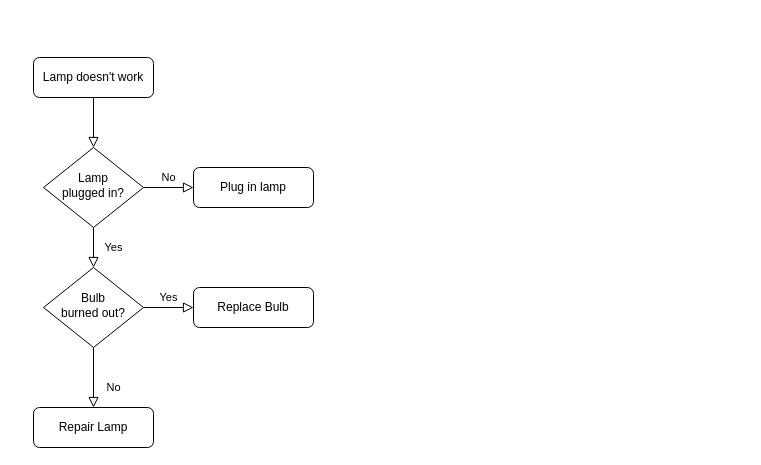
This is Untitled Diagram.drawio from erickweyunga/test, a draw.io file, before an edit. Source tidied: cells renumbered, new cells numbered last; positions are measured from the earlier drawing's top-left corner, leaving out a move shared by most shapes. Both pictures are drawn from the tidied source at 100%, with x=0, y=0 at pixel (33, 57).
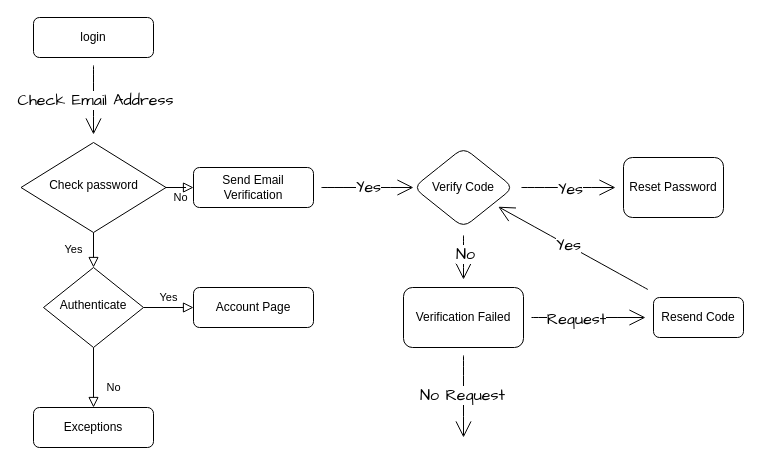
The same diagram, later.

Diff of the diagram source:
```diff
@@
-    <mxCell id="2" style="rounded=0;html=1;jettySize=auto;fontSize=11;endArrow=block;endFill=0;endSize=8;strokeWidth=1;shadow=0;labelBackgroundColor=none;edgeStyle=orthogonalEdgeStyle;" parent="1" edge="1" source="3" target="6">
+    <mxCell id="2" style="edgeStyle=none;curved=1;rounded=0;jettySize=auto;html=1;fontFamily=Architects Daughter;fontSize=16;startSize=14;endArrow=open;endSize=14;sourcePerimeterSpacing=8;targetPerimeterSpacing=8;" parent="1" edge="1" source="3" target="6">
       <mxGeometry relative="1" as="geometry" />
     </mxCell>
+    <mxCell id="13" value="Check Email Address" style="edgeLabel;html=1;align=center;verticalAlign=middle;fontSize=16;fontFamily=Architects Daughter;" parent="2" vertex="1">
+      <mxGeometry x="-0.01" y="1" relative="1" as="geometry" />
+    </mxCell>
-    <mxCell id="3" value="Lamp doesn't work" style="rounded=1;whiteSpace=wrap;html=1;fontSize=12;glass=0;strokeWidth=1;shadow=0;" parent="1" vertex="1">
-      <mxGeometry width="120" height="40" as="geometry" />
+    <mxCell id="3" value="login" style="rounded=1;whiteSpace=wrap;html=1;fontSize=12;glass=0;strokeWidth=1;shadow=0;" parent="1" vertex="1">
+      <mxGeometry y="-40" width="120" height="40" as="geometry" />
     </mxCell>
@@
-    <mxCell id="6" value="Lamp&lt;br&gt;plugged in?" style="rhombus;whiteSpace=wrap;html=1;shadow=0;fontFamily=Helvetica;fontSize=12;align=center;strokeWidth=1;spacing=6;spacingTop=-4;" parent="1" vertex="1">
-      <mxGeometry x="10" y="90" width="100" height="80" as="geometry" />
+    <mxCell id="6" value="Check password" style="rhombus;whiteSpace=wrap;html=1;shadow=0;fontFamily=Helvetica;fontSize=12;align=center;strokeWidth=1;spacing=6;spacingTop=-4;" parent="1" vertex="1">
+      <mxGeometry x="-12.5" y="85" width="145" height="90" as="geometry" />
     </mxCell>
+    <mxCell id="14" style="edgeStyle=none;curved=1;rounded=0;jettySize=auto;html=1;fontFamily=Architects Daughter;fontSize=16;startSize=14;endArrow=open;endSize=14;sourcePerimeterSpacing=8;targetPerimeterSpacing=8;entryX=0;entryY=0.5;entryDx=0;entryDy=0;" parent="1" edge="1" source="7" target="20">
+      <mxGeometry relative="1" as="geometry" />
+    </mxCell>
+    <mxCell id="15" value="Yes" style="edgeLabel;html=1;align=center;verticalAlign=middle;fontSize=16;fontFamily=Architects Daughter;" parent="14" vertex="1">
+      <mxGeometry y="1" relative="1" as="geometry" />
+    </mxCell>
-    <mxCell id="7" value="Plug in lamp" style="rounded=1;whiteSpace=wrap;html=1;fontSize=12;glass=0;strokeWidth=1;shadow=0;" parent="1" vertex="1">
+    <mxCell id="7" value="Send Email Verification" style="rounded=1;whiteSpace=wrap;html=1;fontSize=12;glass=0;strokeWidth=1;shadow=0;" parent="1" vertex="1">
       <mxGeometry x="160" y="110" width="120" height="40" as="geometry" />
     </mxCell>
@@
-    <mxCell id="10" value="Bulb&lt;br&gt;burned out?" style="rhombus;whiteSpace=wrap;html=1;shadow=0;fontFamily=Helvetica;fontSize=12;align=center;strokeWidth=1;spacing=6;spacingTop=-4;" parent="1" vertex="1">
+    <mxCell id="10" value="Authenticate" style="rhombus;whiteSpace=wrap;html=1;shadow=0;fontFamily=Helvetica;fontSize=12;align=center;strokeWidth=1;spacing=6;spacingTop=-4;" parent="1" vertex="1">
       <mxGeometry x="10" y="210" width="100" height="80" as="geometry" />
     </mxCell>
-    <mxCell id="11" value="Repair Lamp" style="rounded=1;whiteSpace=wrap;html=1;fontSize=12;glass=0;strokeWidth=1;shadow=0;" parent="1" vertex="1">
+    <mxCell id="11" value="Exceptions" style="rounded=1;whiteSpace=wrap;html=1;fontSize=12;glass=0;strokeWidth=1;shadow=0;" parent="1" vertex="1">
       <mxGeometry y="350" width="120" height="40" as="geometry" />
     </mxCell>
-    <mxCell id="12" value="Replace Bulb" style="rounded=1;whiteSpace=wrap;html=1;fontSize=12;glass=0;strokeWidth=1;shadow=0;" parent="1" vertex="1">
+    <mxCell id="12" value="Account Page" style="rounded=1;whiteSpace=wrap;html=1;fontSize=12;glass=0;strokeWidth=1;shadow=0;" parent="1" vertex="1">
       <mxGeometry x="160" y="230" width="120" height="40" as="geometry" />
     </mxCell>
+    <mxCell id="16" style="edgeStyle=none;curved=1;rounded=0;jettySize=auto;html=1;fontFamily=Architects Daughter;fontSize=16;startSize=14;endArrow=open;endSize=14;sourcePerimeterSpacing=8;targetPerimeterSpacing=8;" parent="1" edge="1" source="20" target="21">
+      <mxGeometry relative="1" as="geometry" />
+    </mxCell>
+    <mxCell id="17" value="Yes" style="edgeLabel;html=1;align=center;verticalAlign=middle;fontSize=16;fontFamily=Architects Daughter;" parent="16" vertex="1">
+      <mxGeometry x="0.03" y="-1" relative="1" as="geometry" />
+    </mxCell>
+    <mxCell id="18" style="edgeStyle=none;curved=1;rounded=0;jettySize=auto;html=1;fontFamily=Architects Daughter;fontSize=16;startSize=14;endArrow=open;endSize=14;sourcePerimeterSpacing=8;targetPerimeterSpacing=8;" parent="1" edge="1" source="20" target="26">
+      <mxGeometry relative="1" as="geometry" />
+    </mxCell>
+    <mxCell id="19" value="No" style="edgeLabel;html=1;align=center;verticalAlign=middle;fontSize=16;fontFamily=Architects Daughter;" parent="18" vertex="1">
+      <mxGeometry x="-0.18" y="1" relative="1" as="geometry" />
+    </mxCell>
+    <mxCell id="20" value="Verify Code" style="rhombus;whiteSpace=wrap;html=1;rounded=1;glass=0;strokeWidth=1;shadow=0;" parent="1" vertex="1">
+      <mxGeometry x="380" y="90" width="100" height="80" as="geometry" />
+    </mxCell>
+    <mxCell id="21" value="Reset Password" style="whiteSpace=wrap;html=1;rounded=1;glass=0;strokeWidth=1;shadow=0;" parent="1" vertex="1">
+      <mxGeometry x="590" y="100" width="100" height="60" as="geometry" />
+    </mxCell>
+    <mxCell id="22" style="edgeStyle=none;curved=1;rounded=0;jettySize=auto;html=1;fontFamily=Architects Daughter;fontSize=16;startSize=14;endArrow=open;endSize=14;sourcePerimeterSpacing=8;targetPerimeterSpacing=8;" parent="1" edge="1" source="26" target="29">
+      <mxGeometry relative="1" as="geometry" />
+    </mxCell>
+    <mxCell id="23" value="Request" style="edgeLabel;html=1;align=center;verticalAlign=middle;fontSize=16;fontFamily=Architects Daughter;" parent="22" vertex="1">
+      <mxGeometry x="-0.22" y="-1" relative="1" as="geometry" />
+    </mxCell>
+    <mxCell id="24" style="edgeStyle=none;curved=1;rounded=0;jettySize=auto;html=1;fontFamily=Architects Daughter;fontSize=16;startSize=14;endArrow=open;endSize=14;sourcePerimeterSpacing=8;targetPerimeterSpacing=8;" parent="1" edge="1" source="26">
+      <mxGeometry relative="1" as="geometry">
+        <mxPoint x="430" y="380" as="targetPoint" />
+      </mxGeometry>
+    </mxCell>
+    <mxCell id="25" value="No Request" style="edgeLabel;html=1;align=center;verticalAlign=middle;fontSize=16;fontFamily=Architects Daughter;" parent="24" vertex="1">
+      <mxGeometry x="-0.05" y="-2" relative="1" as="geometry" />
+    </mxCell>
+    <mxCell id="26" value="Verification Failed" style="whiteSpace=wrap;html=1;rounded=1;glass=0;strokeWidth=1;shadow=0;" parent="1" vertex="1">
+      <mxGeometry x="370" y="230" width="120" height="60" as="geometry" />
+    </mxCell>
+    <mxCell id="27" style="edgeStyle=none;curved=1;rounded=0;jettySize=auto;html=1;fontFamily=Architects Daughter;fontSize=16;startSize=14;endArrow=open;endSize=14;sourcePerimeterSpacing=8;targetPerimeterSpacing=8;" parent="1" edge="1" source="29" target="20">
+      <mxGeometry relative="1" as="geometry" />
+    </mxCell>
+    <mxCell id="28" value="Yes" style="edgeLabel;html=1;align=center;verticalAlign=middle;fontSize=16;fontFamily=Architects Daughter;" parent="27" vertex="1">
+      <mxGeometry x="0.07" relative="1" as="geometry" />
+    </mxCell>
+    <mxCell id="29" value="Resend Code" style="whiteSpace=wrap;html=1;rounded=1;glass=0;strokeWidth=1;shadow=0;" parent="1" vertex="1">
+      <mxGeometry x="620" y="240" width="90" height="40" as="geometry" />
+    </mxCell>
```
